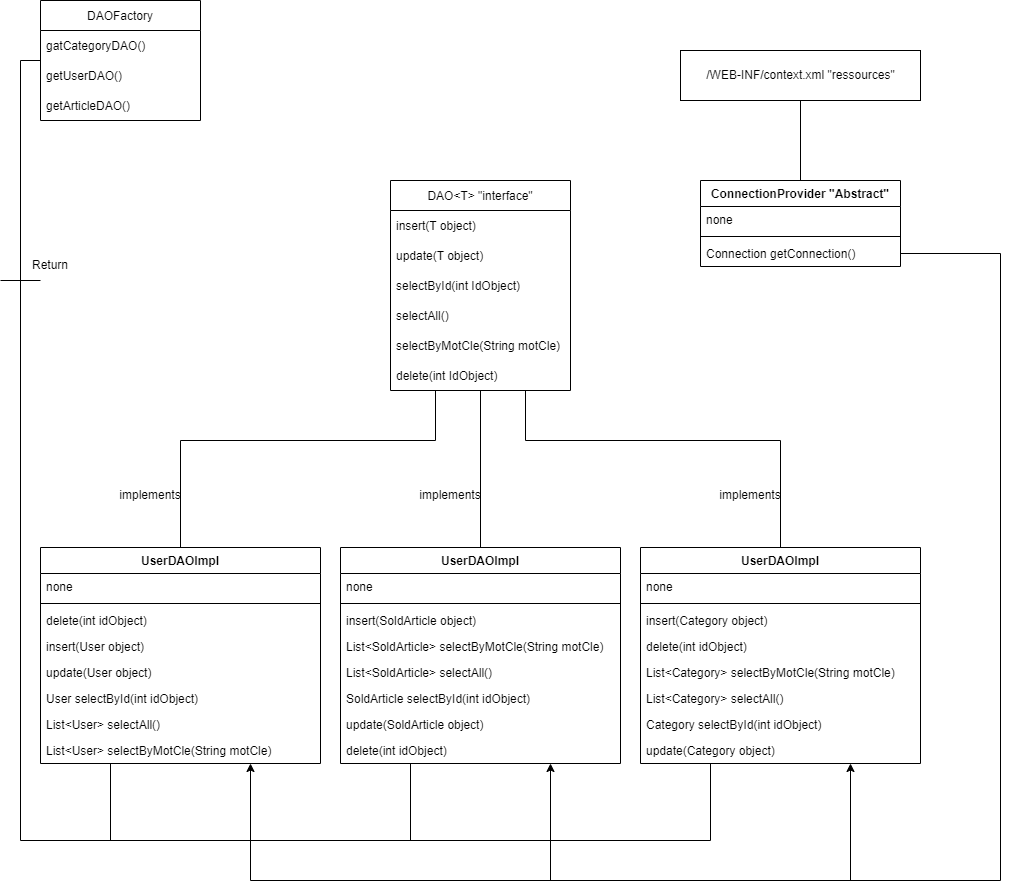
Above: Diagram/Diagram DAL.png in Deadrix/ENCHERES-ENI (draw.io), before the change. Source tidied: cells renumbered, new cells last; positions are measured from the earlier drawing's top-left corner, leaving out a move shared by most shapes.
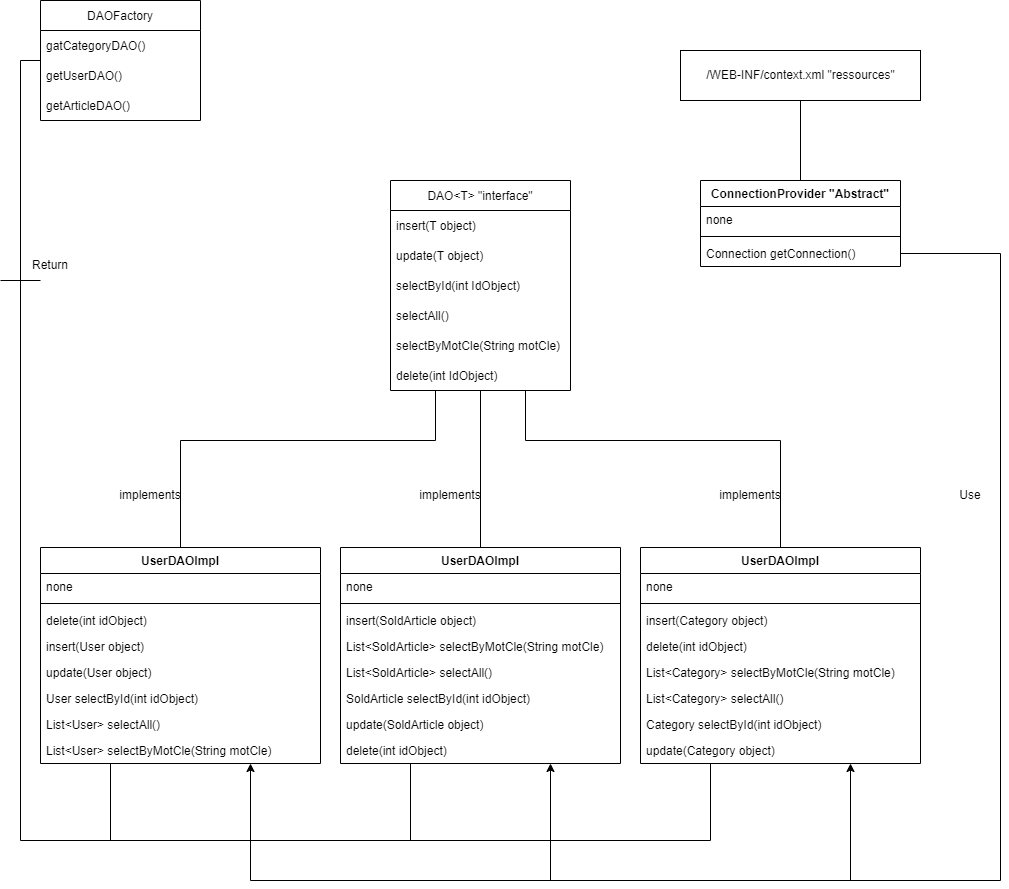
Above is the later version.

What changed in the source:
```diff
@@ -209,5 +209,8 @@
         <mxPoint x="850" y="880" as="sourcePoint" />
       </mxGeometry>
     </mxCell>
+    <mxCell id="60" value="Use" style="text;html=1;strokeColor=none;fillColor=none;align=center;verticalAlign=middle;whiteSpace=wrap;rounded=0;" parent="1" vertex="1">
+      <mxGeometry x="940" y="480" width="60" height="30" as="geometry" />
+    </mxCell>
   </root>
 </mxGraphModel>
```
